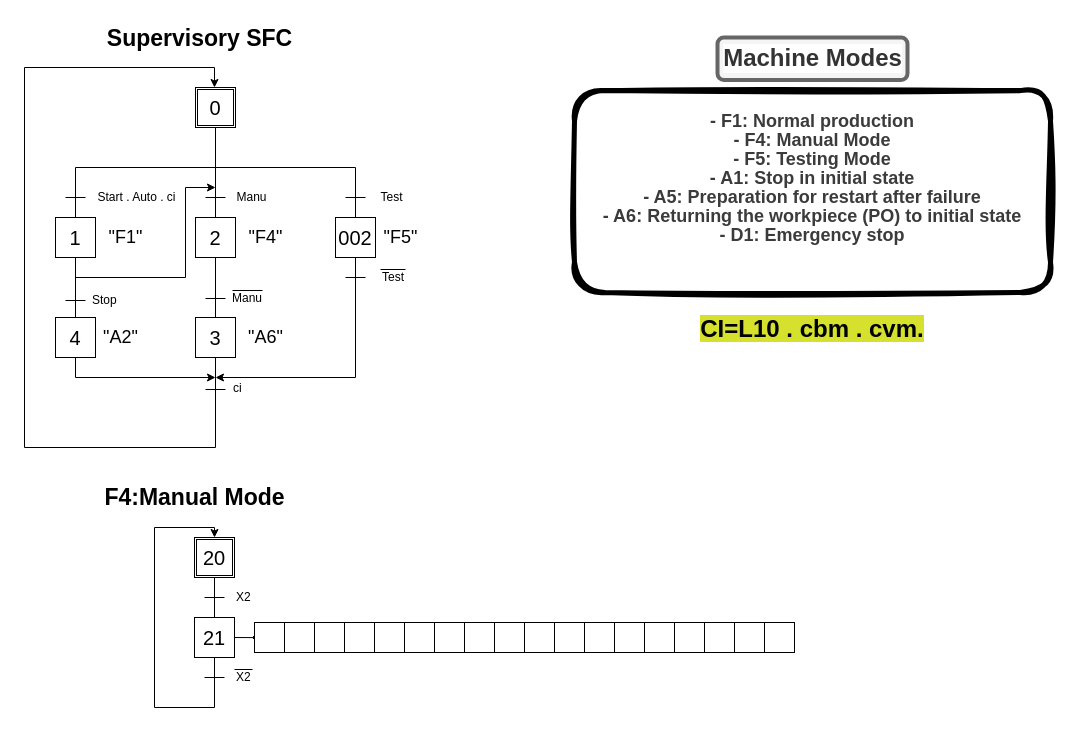
The draw.io diagram grafcet.drawio in ayhem-b/Graduation_report, before the edit. Source tidied: cells renumbered, new cells numbered last; positions are measured from the earlier drawing's top-left corner, leaving out a move shared by most shapes. Both pictures are drawn from the tidied source at 100%, with x=0, y=0 at pixel (24, 17).
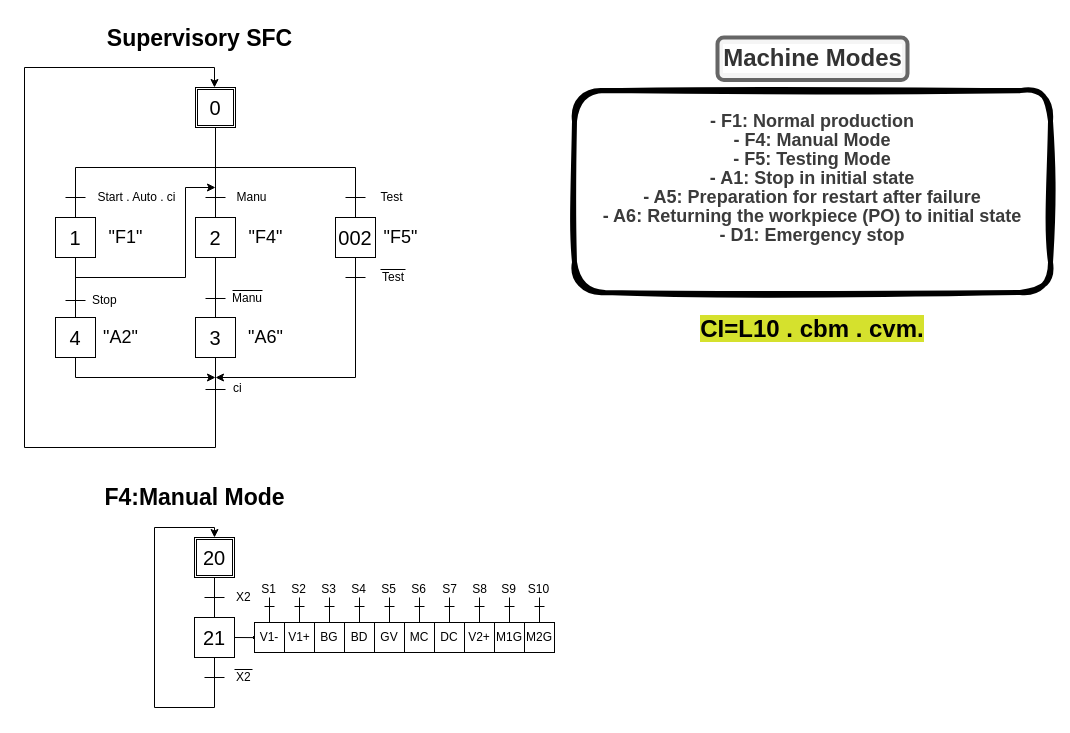
After the change.

The change refers to these unchanged cells:
```xml
<mxCell id="58" style="group;" parent="56" vertex="1">
  <mxGeometry width="620" height="80" as="geometry" />
</mxCell>
```

Change to the diagram source:
```diff
@@
     <mxCell id="50" style="group;" parent="1" vertex="1">
-      <mxGeometry x="170" y="520" width="80" height="80" as="geometry" />
+      <mxGeometry x="170" y="520" width="175" height="80" as="geometry" />
     </mxCell>
@@
+    <mxCell id="86" style="endArrow=none;html=1;rounded=0;" parent="50" edge="1">
+      <mxGeometry relative="1" as="geometry">
+        <mxPoint x="75" y="85" as="sourcePoint" />
+        <mxPoint x="75" y="60" as="targetPoint" />
+      </mxGeometry>
+    </mxCell>
+    <mxCell id="87" style="endArrow=none;html=1;rounded=0;" parent="50" edge="1">
+      <mxGeometry relative="1" as="geometry">
+        <mxPoint x="70" y="69" as="sourcePoint" />
+        <mxPoint x="80" y="69" as="targetPoint" />
+      </mxGeometry>
+    </mxCell>
+    <mxCell id="88" value="S1" style="text;html=1;align=center;verticalAlign=middle;whiteSpace=wrap;rounded=0;" parent="50" vertex="1">
+      <mxGeometry x="62" y="43" width="25" height="18" as="geometry" />
+    </mxCell>
+    <mxCell id="89" value="S2" style="text;html=1;align=center;verticalAlign=middle;whiteSpace=wrap;rounded=0;" parent="50" vertex="1">
+      <mxGeometry x="92" y="43" width="25" height="18" as="geometry" />
+    </mxCell>
+    <mxCell id="90" value="S4" style="text;html=1;align=center;verticalAlign=middle;whiteSpace=wrap;rounded=0;" parent="50" vertex="1">
+      <mxGeometry x="152" y="43" width="25" height="18" as="geometry" />
+    </mxCell>
+    <mxCell id="91" value="S3" style="text;html=1;align=center;verticalAlign=middle;whiteSpace=wrap;rounded=0;" parent="50" vertex="1">
+      <mxGeometry x="122" y="43" width="25" height="18" as="geometry" />
+    </mxCell>
@@
     <mxCell id="63" style="rounded=0;whiteSpace=wrap;html=1;" parent="58" vertex="1">
-      <mxGeometry x="60" y="5" width="540" height="30" as="geometry" />
+      <mxGeometry x="60" y="5" width="300" height="30" as="geometry" />
     </mxCell>
@@
-    <mxCell id="67" style="rounded=0;whiteSpace=wrap;html=1;" parent="58" vertex="1">
+    <mxCell id="67" value="V1-" style="rounded=0;whiteSpace=wrap;html=1;" parent="58" vertex="1">
       <mxGeometry x="60" y="5" width="30" height="30" as="geometry" />
     </mxCell>
-    <mxCell id="68" style="rounded=0;whiteSpace=wrap;html=1;" parent="58" vertex="1">
+    <mxCell id="68" value="V1+" style="rounded=0;whiteSpace=wrap;html=1;" parent="58" vertex="1">
       <mxGeometry x="90" y="5" width="30" height="30" as="geometry" />
     </mxCell>
-    <mxCell id="69" style="rounded=0;whiteSpace=wrap;html=1;" parent="58" vertex="1">
+    <mxCell id="69" value="BG" style="rounded=0;whiteSpace=wrap;html=1;" parent="58" vertex="1">
       <mxGeometry x="120" y="5" width="30" height="30" as="geometry" />
     </mxCell>
-    <mxCell id="70" style="rounded=0;whiteSpace=wrap;html=1;" parent="58" vertex="1">
+    <mxCell id="70" value="BD" style="rounded=0;whiteSpace=wrap;html=1;" parent="58" vertex="1">
       <mxGeometry x="150" y="5" width="30" height="30" as="geometry" />
     </mxCell>
-    <mxCell id="71" style="rounded=0;whiteSpace=wrap;html=1;" parent="58" vertex="1">
+    <mxCell id="71" value="GV" style="rounded=0;whiteSpace=wrap;html=1;" parent="58" vertex="1">
       <mxGeometry x="180" y="5" width="30" height="30" as="geometry" />
     </mxCell>
-    <mxCell id="72" style="rounded=0;whiteSpace=wrap;html=1;" parent="58" vertex="1">
+    <mxCell id="72" value="MC" style="rounded=0;whiteSpace=wrap;html=1;" parent="58" vertex="1">
       <mxGeometry x="210" y="5" width="30" height="30" as="geometry" />
     </mxCell>
-    <mxCell id="73" style="rounded=0;whiteSpace=wrap;html=1;" parent="58" vertex="1">
+    <mxCell id="73" value="DC" style="rounded=0;whiteSpace=wrap;html=1;" parent="58" vertex="1">
       <mxGeometry x="240" y="5" width="30" height="30" as="geometry" />
     </mxCell>
-    <mxCell id="74" style="rounded=0;whiteSpace=wrap;html=1;" parent="58" vertex="1">
+    <mxCell id="74" value="V2+" style="rounded=0;whiteSpace=wrap;html=1;" parent="58" vertex="1">
       <mxGeometry x="270" y="5" width="30" height="30" as="geometry" />
     </mxCell>
-    <mxCell id="75" style="rounded=0;whiteSpace=wrap;html=1;" parent="58" vertex="1">
+    <mxCell id="75" value="M1G" style="rounded=0;whiteSpace=wrap;html=1;" parent="58" vertex="1">
       <mxGeometry x="300" y="5" width="30" height="30" as="geometry" />
     </mxCell>
-    <mxCell id="76" style="rounded=0;whiteSpace=wrap;html=1;" parent="58" vertex="1">
+    <mxCell id="76" value="M2G" style="rounded=0;whiteSpace=wrap;html=1;" parent="58" vertex="1">
       <mxGeometry x="330" y="5" width="30" height="30" as="geometry" />
     </mxCell>
-    <mxCell id="77" style="rounded=0;whiteSpace=wrap;html=1;" parent="58" vertex="1">
-      <mxGeometry x="360" y="5" width="30" height="30" as="geometry" />
-    </mxCell>
-    <mxCell id="78" style="rounded=0;whiteSpace=wrap;html=1;" parent="58" vertex="1">
-      <mxGeometry x="390" y="5" width="30" height="30" as="geometry" />
-    </mxCell>
-    <mxCell id="79" style="rounded=0;whiteSpace=wrap;html=1;" parent="58" vertex="1">
-      <mxGeometry x="420" y="5" width="30" height="30" as="geometry" />
-    </mxCell>
-    <mxCell id="80" style="rounded=0;whiteSpace=wrap;html=1;" parent="58" vertex="1">
-      <mxGeometry x="450" y="5" width="30" height="30" as="geometry" />
-    </mxCell>
-    <mxCell id="81" style="rounded=0;whiteSpace=wrap;html=1;" parent="58" vertex="1">
-      <mxGeometry x="480" y="5" width="30" height="30" as="geometry" />
-    </mxCell>
-    <mxCell id="82" style="rounded=0;whiteSpace=wrap;html=1;" parent="58" vertex="1">
-      <mxGeometry x="510" y="5" width="30" height="30" as="geometry" />
-    </mxCell>
-    <mxCell id="83" style="rounded=0;whiteSpace=wrap;html=1;" parent="58" vertex="1">
-      <mxGeometry x="540" y="5" width="30" height="30" as="geometry" />
-    </mxCell>
-    <mxCell id="84" style="rounded=0;whiteSpace=wrap;html=1;" parent="58" vertex="1">
-      <mxGeometry x="570" y="5" width="30" height="30" as="geometry" />
-    </mxCell>
@@
+    <mxCell id="92" style="endArrow=none;html=1;rounded=0;" parent="1" edge="1">
+      <mxGeometry relative="1" as="geometry">
+        <mxPoint x="275" y="605" as="sourcePoint" />
+        <mxPoint x="275" y="580" as="targetPoint" />
+      </mxGeometry>
+    </mxCell>
+    <mxCell id="93" style="endArrow=none;html=1;rounded=0;" parent="1" edge="1">
+      <mxGeometry relative="1" as="geometry">
+        <mxPoint x="270" y="589" as="sourcePoint" />
+        <mxPoint x="280" y="589" as="targetPoint" />
+      </mxGeometry>
+    </mxCell>
+    <mxCell id="94" style="endArrow=none;html=1;rounded=0;" parent="1" edge="1">
+      <mxGeometry relative="1" as="geometry">
+        <mxPoint x="300" y="589" as="sourcePoint" />
+        <mxPoint x="310" y="589" as="targetPoint" />
+      </mxGeometry>
+    </mxCell>
+    <mxCell id="95" style="endArrow=none;html=1;rounded=0;" parent="1" edge="1">
+      <mxGeometry relative="1" as="geometry">
+        <mxPoint x="330" y="589" as="sourcePoint" />
+        <mxPoint x="340" y="589" as="targetPoint" />
+      </mxGeometry>
+    </mxCell>
+    <mxCell id="96" style="endArrow=none;html=1;rounded=0;" parent="1" edge="1">
+      <mxGeometry relative="1" as="geometry">
+        <mxPoint x="335" y="605" as="sourcePoint" />
+        <mxPoint x="335" y="580" as="targetPoint" />
+      </mxGeometry>
+    </mxCell>
+    <mxCell id="97" style="endArrow=none;html=1;rounded=0;" parent="1" edge="1">
+      <mxGeometry relative="1" as="geometry">
+        <mxPoint x="305" y="605" as="sourcePoint" />
+        <mxPoint x="305" y="580" as="targetPoint" />
+      </mxGeometry>
+    </mxCell>
+    <mxCell id="98" style="endArrow=none;html=1;rounded=0;" parent="1" edge="1">
+      <mxGeometry relative="1" as="geometry">
+        <mxPoint x="360" y="589" as="sourcePoint" />
+        <mxPoint x="370" y="589" as="targetPoint" />
+      </mxGeometry>
+    </mxCell>
+    <mxCell id="99" style="endArrow=none;html=1;rounded=0;" parent="1" edge="1">
+      <mxGeometry relative="1" as="geometry">
+        <mxPoint x="390" y="589" as="sourcePoint" />
+        <mxPoint x="400" y="589" as="targetPoint" />
+      </mxGeometry>
+    </mxCell>
+    <mxCell id="100" style="endArrow=none;html=1;rounded=0;" parent="1" edge="1">
+      <mxGeometry relative="1" as="geometry">
+        <mxPoint x="420" y="589" as="sourcePoint" />
+        <mxPoint x="430" y="589" as="targetPoint" />
+      </mxGeometry>
+    </mxCell>
+    <mxCell id="101" style="endArrow=none;html=1;rounded=0;" parent="1" edge="1">
+      <mxGeometry relative="1" as="geometry">
+        <mxPoint x="450" y="589" as="sourcePoint" />
+        <mxPoint x="460" y="589" as="targetPoint" />
+      </mxGeometry>
+    </mxCell>
+    <mxCell id="102" style="endArrow=none;html=1;rounded=0;" parent="1" edge="1">
+      <mxGeometry relative="1" as="geometry">
+        <mxPoint x="425" y="605" as="sourcePoint" />
+        <mxPoint x="425" y="580" as="targetPoint" />
+      </mxGeometry>
+    </mxCell>
+    <mxCell id="103" style="endArrow=none;html=1;rounded=0;" parent="1" edge="1">
+      <mxGeometry relative="1" as="geometry">
+        <mxPoint x="395" y="605" as="sourcePoint" />
+        <mxPoint x="395" y="580" as="targetPoint" />
+      </mxGeometry>
+    </mxCell>
+    <mxCell id="104" style="endArrow=none;html=1;rounded=0;" parent="1" edge="1">
+      <mxGeometry relative="1" as="geometry">
+        <mxPoint x="365" y="605" as="sourcePoint" />
+        <mxPoint x="365" y="580" as="targetPoint" />
+      </mxGeometry>
+    </mxCell>
+    <mxCell id="105" style="endArrow=none;html=1;rounded=0;" parent="1" edge="1">
+      <mxGeometry relative="1" as="geometry">
+        <mxPoint x="455" y="605" as="sourcePoint" />
+        <mxPoint x="455" y="580" as="targetPoint" />
+      </mxGeometry>
+    </mxCell>
+    <mxCell id="106" style="endArrow=none;html=1;rounded=0;" parent="1" edge="1">
+      <mxGeometry relative="1" as="geometry">
+        <mxPoint x="480" y="589" as="sourcePoint" />
+        <mxPoint x="490" y="589" as="targetPoint" />
+      </mxGeometry>
+    </mxCell>
+    <mxCell id="107" style="endArrow=none;html=1;rounded=0;" parent="1" edge="1">
+      <mxGeometry relative="1" as="geometry">
+        <mxPoint x="510" y="589" as="sourcePoint" />
+        <mxPoint x="520" y="589" as="targetPoint" />
+      </mxGeometry>
+    </mxCell>
+    <mxCell id="108" style="endArrow=none;html=1;rounded=0;" parent="1" edge="1">
+      <mxGeometry relative="1" as="geometry">
+        <mxPoint x="485" y="605" as="sourcePoint" />
+        <mxPoint x="485" y="580" as="targetPoint" />
+      </mxGeometry>
+    </mxCell>
+    <mxCell id="109" style="endArrow=none;html=1;rounded=0;" parent="1" edge="1">
+      <mxGeometry relative="1" as="geometry">
+        <mxPoint x="515" y="605" as="sourcePoint" />
+        <mxPoint x="515" y="580" as="targetPoint" />
+      </mxGeometry>
+    </mxCell>
+    <mxCell id="110" value="S6" style="text;html=1;align=center;verticalAlign=middle;whiteSpace=wrap;rounded=0;" parent="1" vertex="1">
+      <mxGeometry x="382" y="563" width="25" height="18" as="geometry" />
+    </mxCell>
+    <mxCell id="111" value="S5" style="text;html=1;align=center;verticalAlign=middle;whiteSpace=wrap;rounded=0;" parent="1" vertex="1">
+      <mxGeometry x="352" y="563" width="25" height="18" as="geometry" />
+    </mxCell>
+    <mxCell id="112" value="S8" style="text;html=1;align=center;verticalAlign=middle;whiteSpace=wrap;rounded=0;" parent="1" vertex="1">
+      <mxGeometry x="443" y="563" width="25" height="18" as="geometry" />
+    </mxCell>
+    <mxCell id="113" value="S7" style="text;html=1;align=center;verticalAlign=middle;whiteSpace=wrap;rounded=0;" parent="1" vertex="1">
+      <mxGeometry x="413" y="563" width="25" height="18" as="geometry" />
+    </mxCell>
+    <mxCell id="114" value="S10" style="text;html=1;align=center;verticalAlign=middle;whiteSpace=wrap;rounded=0;" parent="1" vertex="1">
+      <mxGeometry x="502" y="563" width="25" height="18" as="geometry" />
+    </mxCell>
+    <mxCell id="115" value="S9" style="text;html=1;align=center;verticalAlign=middle;whiteSpace=wrap;rounded=0;" parent="1" vertex="1">
+      <mxGeometry x="472" y="563" width="25" height="18" as="geometry" />
+    </mxCell>
```
